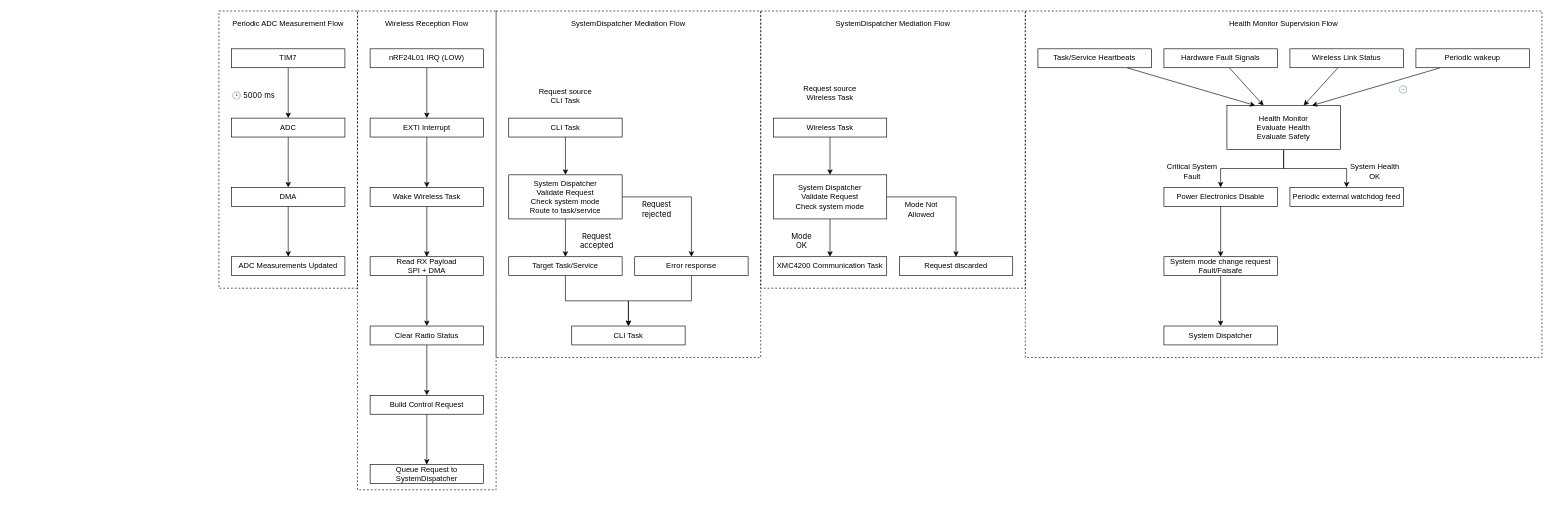
The draw.io diagram MainControlBoard/docs/dev_log/STM32_FlowDiagram.drawio in alan-kudelko/TrinityTrack6000, before the edit. Source tidied: cells renumbered, new cells numbered last; positions are measured from the earlier drawing's top-left corner, leaving out a move shared by most shapes. Both pictures are drawn from the tidied source at 63%, with x=0, y=0 at pixel (219, 11).
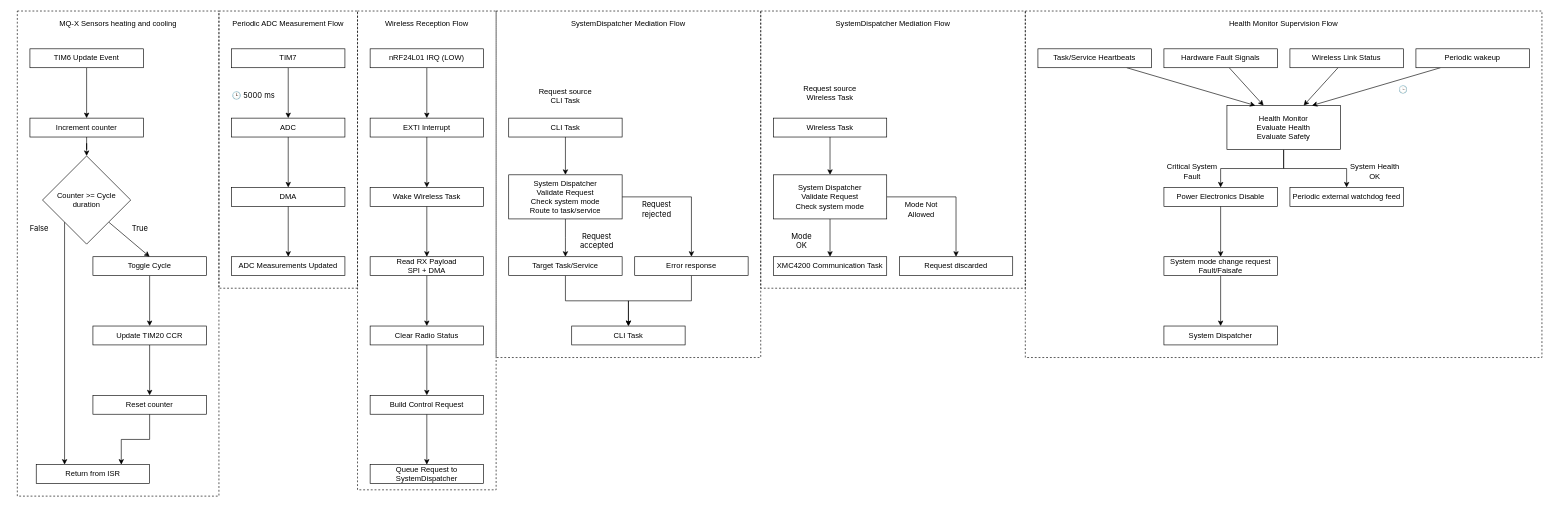
The same diagram, later.

The edit, as a diff of the source:
```diff
@@
+    <mxCell id="76" style="rounded=0;whiteSpace=wrap;html=1;fillColor=none;dashed=1;" parent="1" vertex="1">
+      <mxGeometry x="-320" width="320" height="770" as="geometry" />
+    </mxCell>
@@
+    <mxCell id="77" value="MQ-X Sensors heating and cooling" style="text;html=1;whiteSpace=wrap;strokeColor=none;fillColor=none;align=center;verticalAlign=middle;rounded=0;fontSize=12;" parent="1" vertex="1">
+      <mxGeometry x="-320" width="320" height="40" as="geometry" />
+    </mxCell>
+    <mxCell id="78" style="edgeStyle=orthogonalEdgeStyle;rounded=0;jettySize=auto;html=1;entryX=0.5;entryY=0;entryDx=0;entryDy=0;" parent="1" edge="1" source="79" target="83">
+      <mxGeometry relative="1" as="geometry" />
+    </mxCell>
+    <mxCell id="79" value="&lt;font&gt;TIM6 Update Event&lt;/font&gt;" style="rounded=0;whiteSpace=wrap;html=1;" parent="1" vertex="1">
+      <mxGeometry x="-300" y="60" width="180" height="30" as="geometry" />
+    </mxCell>
+    <mxCell id="80" style="edgeStyle=orthogonalEdgeStyle;rounded=0;jettySize=auto;html=1;entryX=0.5;entryY=0;entryDx=0;entryDy=0;" parent="1" edge="1" source="81" target="85">
+      <mxGeometry relative="1" as="geometry" />
+    </mxCell>
+    <mxCell id="81" value="&lt;font&gt;Toggle Cycle&lt;/font&gt;" style="rounded=0;whiteSpace=wrap;html=1;" parent="1" vertex="1">
+      <mxGeometry x="-200" y="390" width="180" height="30" as="geometry" />
+    </mxCell>
+    <mxCell id="82" style="edgeStyle=orthogonalEdgeStyle;rounded=0;jettySize=auto;html=1;entryX=0.5;entryY=0;entryDx=0;entryDy=0;" parent="1" edge="1" source="83" target="88">
+      <mxGeometry relative="1" as="geometry" />
+    </mxCell>
+    <mxCell id="83" value="&lt;font&gt;Increment counter&lt;/font&gt;" style="rounded=0;whiteSpace=wrap;html=1;" parent="1" vertex="1">
+      <mxGeometry x="-300" y="170" width="180" height="30" as="geometry" />
+    </mxCell>
+    <mxCell id="84" style="edgeStyle=orthogonalEdgeStyle;rounded=0;jettySize=auto;html=1;entryX=0.5;entryY=0;entryDx=0;entryDy=0;" parent="1" edge="1" source="85" target="92">
+      <mxGeometry relative="1" as="geometry" />
+    </mxCell>
+    <mxCell id="85" value="&lt;font&gt;Update TIM20 CCR&lt;/font&gt;" style="rounded=0;whiteSpace=wrap;html=1;" parent="1" vertex="1">
+      <mxGeometry x="-200" y="500" width="180" height="30" as="geometry" />
+    </mxCell>
+    <mxCell id="86" style="rounded=0;jettySize=auto;html=1;exitX=1;exitY=1;exitDx=0;exitDy=0;entryX=0.5;entryY=0;entryDx=0;entryDy=0;" parent="1" edge="1" source="88" target="81">
+      <mxGeometry relative="1" as="geometry" />
+    </mxCell>
+    <mxCell id="87" style="rounded=0;jettySize=auto;html=1;exitX=0;exitY=1;exitDx=0;exitDy=0;entryX=0.25;entryY=0;entryDx=0;entryDy=0;edgeStyle=orthogonalEdgeStyle;" parent="1" edge="1" source="88" target="93">
+      <mxGeometry relative="1" as="geometry" />
+    </mxCell>
+    <mxCell id="88" value="Counter &amp;gt;= Cycle duration" style="rhombus;whiteSpace=wrap;html=1;" parent="1" vertex="1">
+      <mxGeometry x="-280" y="230" width="140" height="140" as="geometry" />
+    </mxCell>
+    <mxCell id="89" value="&lt;span style=&quot;font-family: &amp;quot;Mona Sans VF&amp;quot;, -apple-system, BlinkMacSystemFont, &amp;quot;Segoe UI&amp;quot;, &amp;quot;Noto Sans&amp;quot;, Helvetica, Arial, sans-serif, &amp;quot;Apple Color Emoji&amp;quot;, &amp;quot;Segoe UI Emoji&amp;quot;; text-align: start;&quot;&gt;True&lt;/span&gt;" style="text;html=1;whiteSpace=wrap;strokeColor=none;fillColor=none;align=center;verticalAlign=middle;rounded=0;fontColor=default;labelBackgroundColor=default;fontSize=12;" parent="1" vertex="1">
+      <mxGeometry x="-170" y="330" width="90" height="30" as="geometry" />
+    </mxCell>
+    <mxCell id="90" value="&lt;span style=&quot;font-family: &amp;quot;Mona Sans VF&amp;quot;, -apple-system, BlinkMacSystemFont, &amp;quot;Segoe UI&amp;quot;, &amp;quot;Noto Sans&amp;quot;, Helvetica, Arial, sans-serif, &amp;quot;Apple Color Emoji&amp;quot;, &amp;quot;Segoe UI Emoji&amp;quot;; text-align: start;&quot;&gt;False&lt;/span&gt;" style="text;html=1;whiteSpace=wrap;strokeColor=none;fillColor=none;align=center;verticalAlign=middle;rounded=0;fontColor=default;labelBackgroundColor=default;fontSize=12;" parent="1" vertex="1">
+      <mxGeometry x="-330" y="330" width="90" height="30" as="geometry" />
+    </mxCell>
+    <mxCell id="91" style="edgeStyle=orthogonalEdgeStyle;rounded=0;jettySize=auto;html=1;entryX=0.75;entryY=0;entryDx=0;entryDy=0;" parent="1" edge="1" source="92" target="93">
+      <mxGeometry relative="1" as="geometry" />
+    </mxCell>
+    <mxCell id="92" value="&lt;font&gt;Reset counter&lt;/font&gt;" style="rounded=0;whiteSpace=wrap;html=1;" parent="1" vertex="1">
+      <mxGeometry x="-200" y="610" width="180" height="30" as="geometry" />
+    </mxCell>
+    <mxCell id="93" value="&lt;font&gt;Return from ISR&lt;/font&gt;" style="rounded=0;whiteSpace=wrap;html=1;" parent="1" vertex="1">
+      <mxGeometry x="-290" y="720" width="180" height="30" as="geometry" />
+    </mxCell>
```
